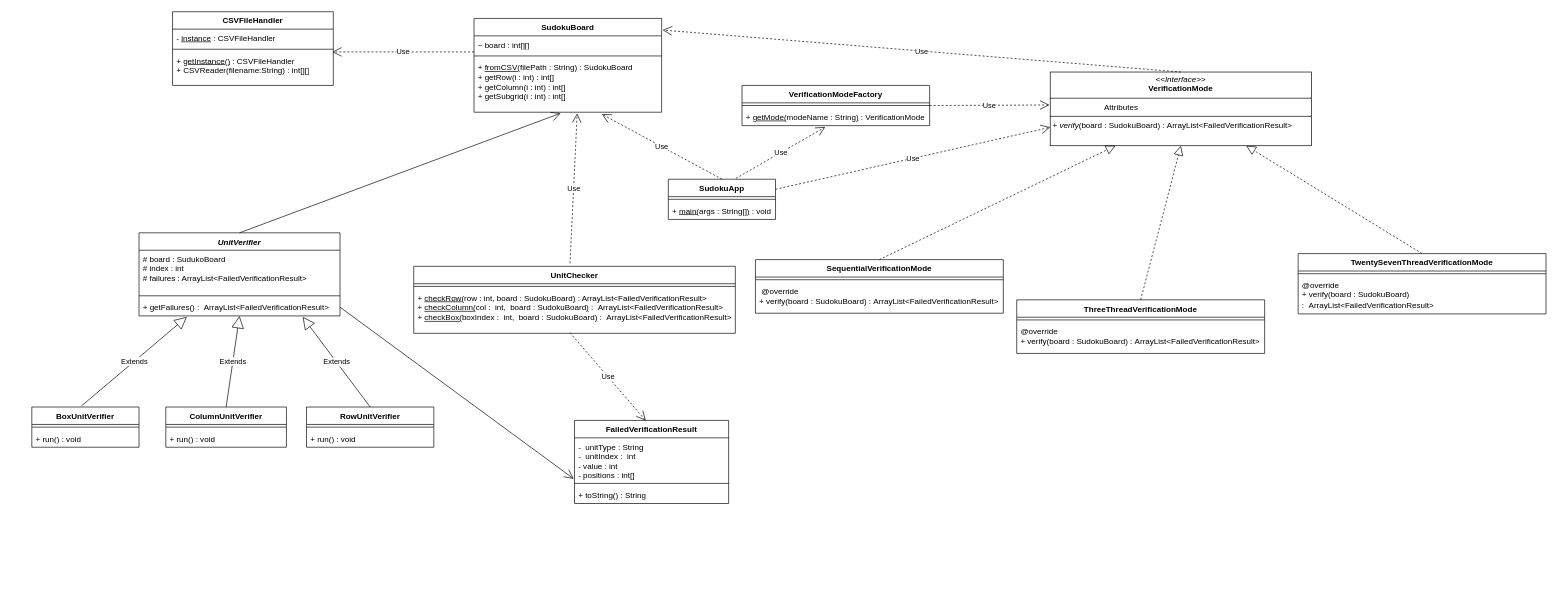
mohandLOL1/sudoku-threaded-verifier keeps this draw.io diagram as UML/Class diagram for sudoku.drawio. Above is the earlier version. Source tidied: cells renumbered, new cells numbered last; positions are measured from the earlier drawing's top-left corner, leaving out a move shared by most shapes. Both pictures are drawn from the tidied source at 67%, with x=0, y=0 at pixel (31, 11).
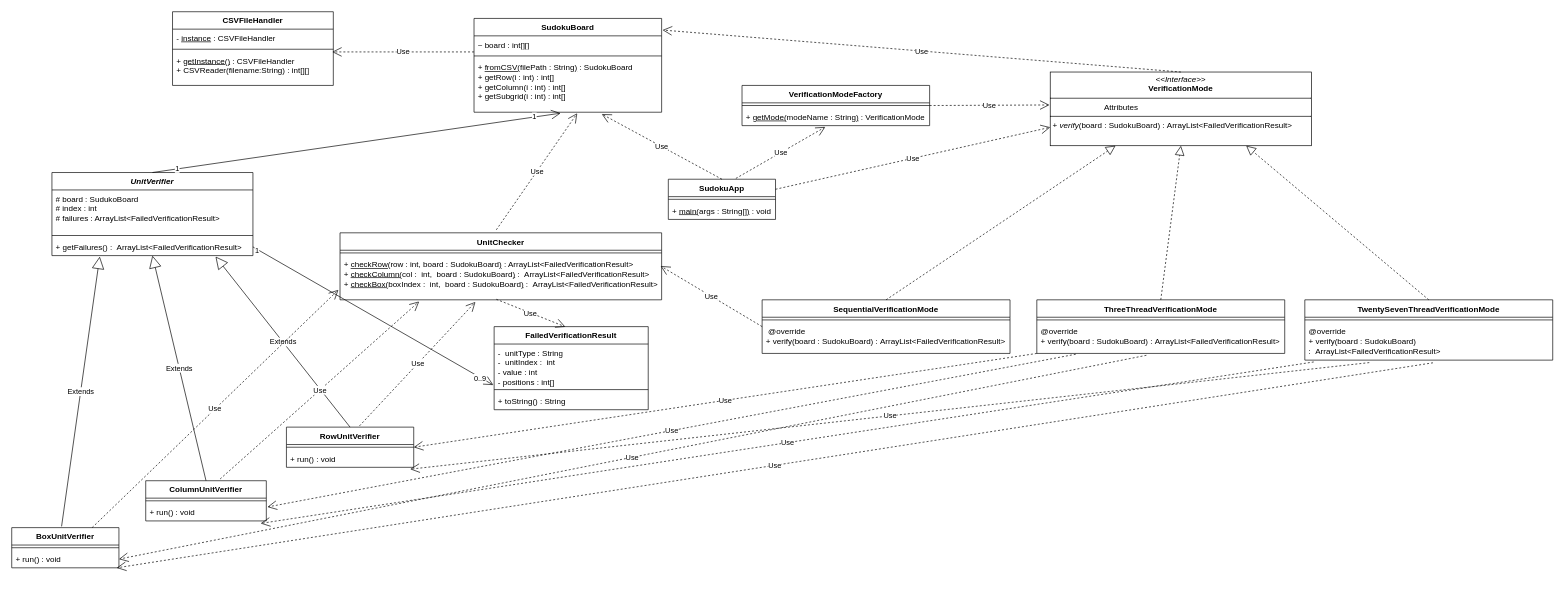
After the change.

Commit message:
Class diagram

Unchanged cells that the change refers to:
```xml
<mxCell id="17" value="&amp;nbsp;@override&lt;div&gt;+ verify(board : SudokuBoard) :&amp;nbsp;&lt;span style=&quot;background-color: transparent; color: light-dark(rgb(0, 0, 0), rgb(255, 255, 255));&quot;&gt;ArrayList&amp;lt;FailedVerificationResult&amp;gt;&lt;/span&gt;&lt;/div&gt;" style="text;strokeColor=none;fillColor=none;align=left;verticalAlign=top;spacingLeft=4;spacingRight=4;overflow=hidden;points=[[0,0.5],[1,0.5]];portConstraint=eastwest;whiteSpace=wrap;html=1;" parent="15" vertex="1">
  <mxGeometry y="34" width="370" height="46" as="geometry" />
</mxCell>
<mxCell id="20" value="@override&lt;div&gt;+ verify(board : SudokuBoard) :&amp;nbsp;&lt;span style=&quot;background-color: transparent; color: light-dark(rgb(0, 0, 0), rgb(255, 255, 255));&quot;&gt;ArrayList&amp;lt;FailedVerificationResult&amp;gt;&lt;/span&gt;&lt;/div&gt;" style="text;strokeColor=none;fillColor=none;align=left;verticalAlign=top;spacingLeft=4;spacingRight=4;overflow=hidden;points=[[0,0.5],[1,0.5]];portConstraint=eastwest;whiteSpace=wrap;html=1;" parent="18" vertex="1">
  <mxGeometry y="34" width="370" height="46" as="geometry" />
</mxCell>
<mxCell id="23" value="@override&lt;div&gt;+ verify(board : SudokuBoard) :&amp;nbsp;&amp;nbsp;&lt;span style=&quot;background-color: transparent; color: light-dark(rgb(0, 0, 0), rgb(255, 255, 255));&quot;&gt;ArrayList&amp;lt;FailedVerificationResult&amp;gt;&lt;/span&gt;&lt;/div&gt;" style="text;strokeColor=none;fillColor=none;align=left;verticalAlign=top;spacingLeft=4;spacingRight=4;overflow=hidden;points=[[0,0.5],[1,0.5]];portConstraint=eastwest;whiteSpace=wrap;html=1;" parent="21" vertex="1">
  <mxGeometry y="34" width="370" height="56" as="geometry" />
</mxCell>
<mxCell id="33" value="+ run() : void" style="text;strokeColor=none;fillColor=none;align=left;verticalAlign=top;spacingLeft=4;spacingRight=4;overflow=hidden;points=[[0,0.5],[1,0.5]];portConstraint=eastwest;whiteSpace=wrap;html=1;" parent="31" vertex="1">
  <mxGeometry y="34" width="160" height="26" as="geometry" />
</mxCell>
<mxCell id="36" value="+ run() : void" style="text;strokeColor=none;fillColor=none;align=left;verticalAlign=top;spacingLeft=4;spacingRight=4;overflow=hidden;points=[[0,0.5],[1,0.5]];portConstraint=eastwest;whiteSpace=wrap;html=1;" parent="34" vertex="1">
  <mxGeometry y="34" width="180" height="26" as="geometry" />
</mxCell>
<mxCell id="39" value="+ run() : void" style="text;strokeColor=none;fillColor=none;align=left;verticalAlign=top;spacingLeft=4;spacingRight=4;overflow=hidden;points=[[0,0.5],[1,0.5]];portConstraint=eastwest;whiteSpace=wrap;html=1;" parent="37" vertex="1">
  <mxGeometry y="34" width="190" height="26" as="geometry" />
</mxCell>
<mxCell id="47" style="endArrow=open;endFill=1;endSize=12;html=1;rounded=0;exitX=0.5;exitY=0;exitDx=0;exitDy=0;entryX=0.462;entryY=1.018;entryDx=0;entryDy=0;entryPerimeter=0;" parent="1" edge="1" source="27" target="9">
  <mxGeometry relative="1" as="geometry" />
</mxCell>
<mxCell id="57" value="+ &lt;u&gt;checkRow(&lt;/u&gt;row : int, board : SudokuBoard&lt;u&gt;)&lt;/u&gt;&amp;nbsp;: ArrayList&amp;lt;FailedVerificationResult&amp;gt;&lt;div&gt;+ &lt;u&gt;checkColumn(&lt;/u&gt;col :&amp;nbsp; int,&amp;nbsp; board : SudokuBoard&lt;u&gt;)&lt;/u&gt;&amp;nbsp;:&amp;nbsp;&lt;span style=&quot;background-color: transparent; color: light-dark(rgb(0, 0, 0), rgb(255, 255, 255));&quot;&gt;&amp;nbsp;&lt;/span&gt;&lt;span style=&quot;background-color: transparent; color: light-dark(rgb(0, 0, 0), rgb(255, 255, 255));&quot;&gt;ArrayList&amp;lt;FailedVerificationResult&amp;gt;&lt;/span&gt;&lt;/div&gt;&lt;div&gt;+&amp;nbsp;&lt;u&gt;checkBox(&lt;/u&gt;boxIndex&amp;nbsp;:&amp;nbsp; int,&amp;nbsp; board : SudokuBoard&lt;u&gt;)&lt;/u&gt;&amp;nbsp;:&amp;nbsp;&lt;span style=&quot;color: light-dark(rgb(0, 0, 0), rgb(255, 255, 255)); background-color: transparent;&quot;&gt;&amp;nbsp;&lt;/span&gt;&lt;span style=&quot;color: light-dark(rgb(0, 0, 0), rgb(255, 255, 255)); background-color: transparent;&quot;&gt;ArrayList&amp;lt;FailedVerificationResult&amp;gt;&lt;/span&gt;&lt;span style=&quot;background-color: transparent; color: light-dark(rgb(0, 0, 0), rgb(255, 255, 255));&quot;&gt;&lt;/span&gt;&lt;/div&gt;" style="text;strokeColor=none;fillColor=none;align=left;verticalAlign=top;spacingLeft=4;spacingRight=4;overflow=hidden;points=[[0,0.5],[1,0.5]];portConstraint=eastwest;whiteSpace=wrap;html=1;" parent="55" vertex="1">
  <mxGeometry y="34" width="480" height="66" as="geometry" />
</mxCell>
<mxCell id="60" style="endArrow=open;endFill=1;endSize=12;html=1;rounded=0;exitX=1;exitY=0.5;exitDx=0;exitDy=0;entryX=-0.005;entryY=0.956;entryDx=0;entryDy=0;entryPerimeter=0;" parent="1" edge="1" source="30" target="52">
  <mxGeometry relative="1" as="geometry" />
</mxCell>
```

Change to the diagram source:
```diff
@@
     <mxCell id="15" value="SequentialVerificationMode" style="swimlane;fontStyle=1;align=center;verticalAlign=top;horizontal=1;startSize=26;whiteSpace=wrap;html=1;" parent="1" vertex="1">
-      <mxGeometry x="1080" y="370" width="370" height="80" as="geometry" />
+      <mxGeometry x="1090" y="430" width="370" height="80" as="geometry" />
     </mxCell>
@@
     <mxCell id="18" value="ThreeThreadVerificationMode" style="swimlane;fontStyle=1;align=center;verticalAlign=top;horizontal=1;startSize=26;whiteSpace=wrap;html=1;" parent="1" vertex="1">
-      <mxGeometry x="1470" y="430" width="370" height="80" as="geometry" />
+      <mxGeometry x="1500" y="430" width="370" height="80" as="geometry" />
     </mxCell>
@@
     <mxCell id="21" value="TwentySevenThreadVerificationMode" style="swimlane;fontStyle=1;align=center;verticalAlign=top;horizontal=1;startSize=26;whiteSpace=wrap;html=1;" parent="1" vertex="1">
-      <mxGeometry x="1890" y="361" width="370" height="90" as="geometry" />
+      <mxGeometry x="1900" y="430" width="370" height="90" as="geometry" />
     </mxCell>
@@
     <mxCell id="27" value="&lt;i&gt;UnitVerifier&lt;/i&gt;" style="swimlane;fontStyle=1;align=center;verticalAlign=top;horizontal=1;startSize=26;whiteSpace=wrap;html=1;" parent="1" vertex="1">
-      <mxGeometry x="160" y="330" width="300" height="124" as="geometry" />
+      <mxGeometry x="30" y="240" width="300" height="124" as="geometry" />
     </mxCell>
@@
     <mxCell id="31" value="BoxUnitVerifier" style="swimlane;fontStyle=1;align=center;verticalAlign=top;horizontal=1;startSize=26;whiteSpace=wrap;html=1;" parent="1" vertex="1">
-      <mxGeometry y="590" width="160" height="60" as="geometry" />
+      <mxGeometry x="-30" y="770" width="160" height="60" as="geometry" />
     </mxCell>
@@
     <mxCell id="34" value="ColumnUnitVerifier" style="swimlane;fontStyle=1;align=center;verticalAlign=top;horizontal=1;startSize=26;whiteSpace=wrap;html=1;" parent="1" vertex="1">
-      <mxGeometry x="200" y="590" width="180" height="60" as="geometry" />
+      <mxGeometry x="170" y="700" width="180" height="60" as="geometry" />
     </mxCell>
@@
     <mxCell id="37" value="RowUnitVerifier" style="swimlane;fontStyle=1;align=center;verticalAlign=top;horizontal=1;startSize=26;whiteSpace=wrap;html=1;" parent="1" vertex="1">
-      <mxGeometry x="410" y="590" width="190" height="60" as="geometry" />
+      <mxGeometry x="380" y="620" width="190" height="60" as="geometry" />
     </mxCell>
@@
+    <mxCell id="62" value="1" style="edgeLabel;html=1;align=center;verticalAlign=middle;" parent="47" vertex="1">
+      <mxGeometry x="-0.88" y="1" relative="1" as="geometry" />
+    </mxCell>
+    <mxCell id="63" value="1" style="edgeLabel;html=1;align=center;verticalAlign=middle;" parent="47" vertex="1">
+      <mxGeometry x="0.87" y="1" relative="1" as="geometry" />
+    </mxCell>
@@
     <mxCell id="51" value="FailedVerificationResult" style="swimlane;fontStyle=1;align=center;verticalAlign=top;horizontal=1;startSize=26;whiteSpace=wrap;html=1;" parent="1" vertex="1">
-      <mxGeometry x="810" y="610" width="230" height="124" as="geometry" />
+      <mxGeometry x="690" y="470" width="230" height="124" as="geometry" />
     </mxCell>
@@
     <mxCell id="55" value="UnitChecker" style="swimlane;fontStyle=1;align=center;verticalAlign=top;horizontal=1;startSize=26;whiteSpace=wrap;html=1;" parent="1" vertex="1">
-      <mxGeometry x="570" y="380" width="480" height="100" as="geometry" />
+      <mxGeometry x="460" y="330" width="480" height="100" as="geometry" />
     </mxCell>
@@
+    <mxCell id="64" value="1" style="edgeLabel;html=1;align=center;verticalAlign=middle;" parent="60" vertex="1">
+      <mxGeometry x="-0.96" y="-2" relative="1" as="geometry" />
+    </mxCell>
+    <mxCell id="65" value="0..9" style="edgeLabel;html=1;align=center;verticalAlign=middle;" parent="60" vertex="1">
+      <mxGeometry x="0.89" y="-1" relative="1" as="geometry" />
+    </mxCell>
@@
+    <mxCell id="66" value="Use" style="endArrow=open;endSize=12;dashed=1;html=1;rounded=0;exitX=0;exitY=0.13;exitDx=0;exitDy=0;exitPerimeter=0;entryX=0.997;entryY=0.236;entryDx=0;entryDy=0;entryPerimeter=0;" parent="1" edge="1" source="17" target="57">
+      <mxGeometry relative="1" as="geometry" />
+    </mxCell>
+    <mxCell id="67" value="Use" style="endArrow=open;endSize=12;dashed=1;html=1;rounded=0;exitX=0.574;exitY=-0.031;exitDx=0;exitDy=0;exitPerimeter=0;entryX=0.421;entryY=1.048;entryDx=0;entryDy=0;entryPerimeter=0;" parent="1" edge="1" source="37" target="57">
+      <mxGeometry relative="1" as="geometry" />
+    </mxCell>
+    <mxCell id="68" value="Use" style="endArrow=open;endSize=12;dashed=1;html=1;rounded=0;exitX=0.617;exitY=-0.043;exitDx=0;exitDy=0;exitPerimeter=0;entryX=0.246;entryY=1.038;entryDx=0;entryDy=0;entryPerimeter=0;" parent="1" edge="1" source="34" target="57">
+      <mxGeometry relative="1" as="geometry" />
+    </mxCell>
+    <mxCell id="69" value="Use" style="endArrow=open;endSize=12;dashed=1;html=1;rounded=0;exitX=0.75;exitY=0;exitDx=0;exitDy=0;entryX=-0.005;entryY=0.774;entryDx=0;entryDy=0;entryPerimeter=0;" parent="1" edge="1" source="31" target="57">
+      <mxGeometry relative="1" as="geometry" />
+    </mxCell>
+    <mxCell id="70" value="Use" style="endArrow=open;endSize=12;dashed=1;html=1;rounded=0;exitX=0.442;exitY=1.061;exitDx=0;exitDy=0;entryX=1;entryY=0.5;entryDx=0;entryDy=0;exitPerimeter=0;" parent="1" edge="1" source="20" target="33">
+      <mxGeometry relative="1" as="geometry" />
+    </mxCell>
+    <mxCell id="71" value="Use" style="endArrow=open;endSize=12;dashed=1;html=1;rounded=0;exitX=0.157;exitY=1.026;exitDx=0;exitDy=0;exitPerimeter=0;entryX=1.009;entryY=0.2;entryDx=0;entryDy=0;entryPerimeter=0;" parent="1" edge="1" source="20" target="36">
+      <mxGeometry relative="1" as="geometry" />
+    </mxCell>
+    <mxCell id="72" value="Use" style="endArrow=open;endSize=12;dashed=1;html=1;rounded=0;exitX=0;exitY=1;exitDx=0;exitDy=0;entryX=1;entryY=0.5;entryDx=0;entryDy=0;exitPerimeter=0;" parent="1" edge="1" source="20" target="37">
+      <mxGeometry relative="1" as="geometry" />
+    </mxCell>
+    <mxCell id="73" value="Use" style="endArrow=open;endSize=12;dashed=1;html=1;rounded=0;exitX=0.036;exitY=1.049;exitDx=0;exitDy=0;exitPerimeter=0;entryX=0.953;entryY=1.143;entryDx=0;entryDy=0;entryPerimeter=0;" parent="1" edge="1" source="23" target="36">
+      <mxGeometry relative="1" as="geometry" />
+    </mxCell>
+    <mxCell id="74" value="Use" style="endArrow=open;endSize=12;dashed=1;html=1;rounded=0;exitX=0.26;exitY=1.066;exitDx=0;exitDy=0;exitPerimeter=0;entryX=0.972;entryY=1.106;entryDx=0;entryDy=0;entryPerimeter=0;" parent="1" edge="1" source="23" target="39">
+      <mxGeometry relative="1" as="geometry" />
+    </mxCell>
+    <mxCell id="75" value="Use" style="endArrow=open;endSize=12;dashed=1;html=1;rounded=0;exitX=0.517;exitY=1.071;exitDx=0;exitDy=0;exitPerimeter=0;entryX=0.979;entryY=1;entryDx=0;entryDy=0;entryPerimeter=0;" parent="1" edge="1" source="23" target="33">
+      <mxGeometry relative="1" as="geometry" />
+    </mxCell>
```
